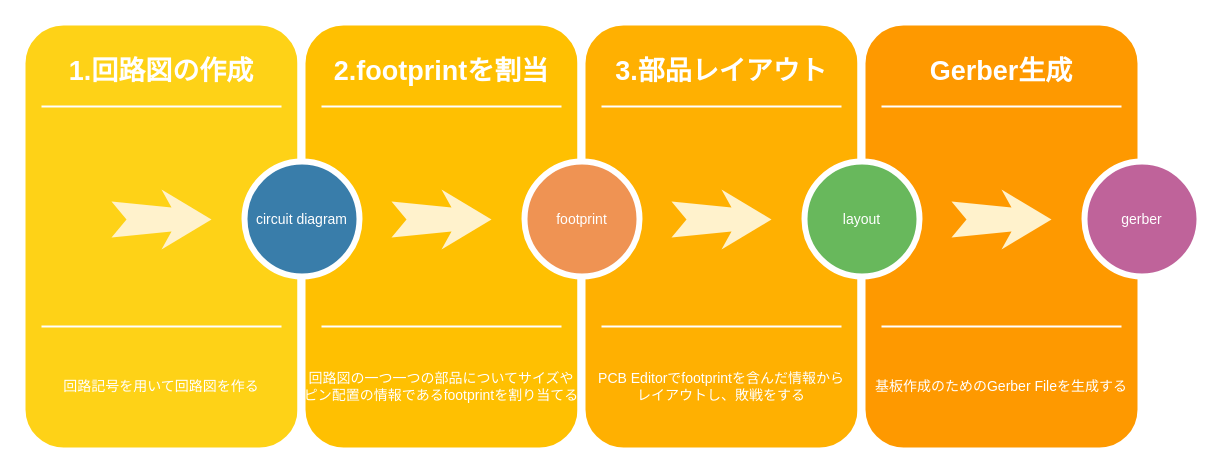
This is images/KiCAD7.drawio from etalli/HOWTO, a draw.io file, before an edit. Source tidied: cells renumbered, new cells numbered last; positions are measured from the earlier drawing's top-left corner, leaving out a move shared by most shapes. Both pictures are drawn from the tidied source at 100%, with x=0, y=0 at pixel (21, 21).
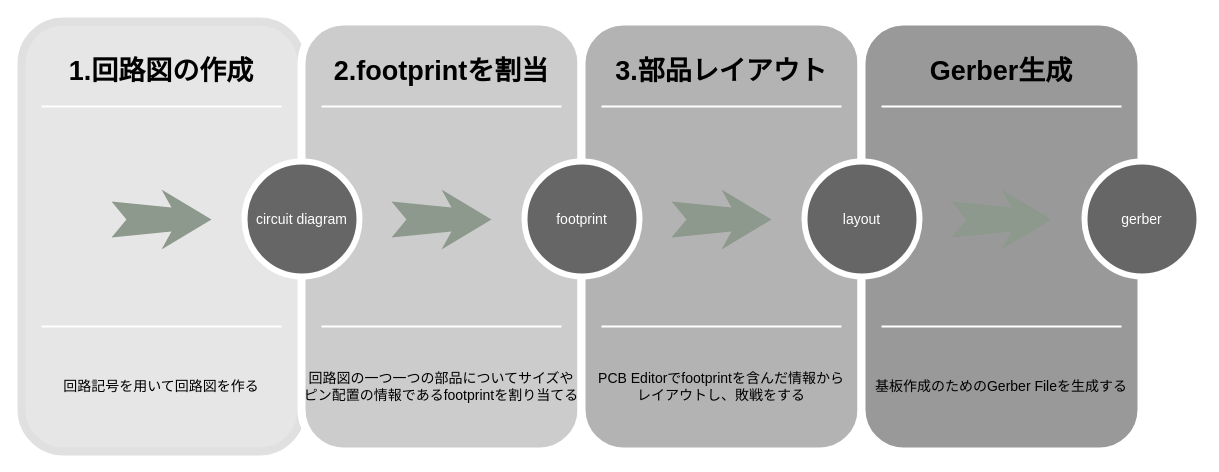
After the change.

What changed in the source:
```diff
@@
-    <mxCell id="2" style="whiteSpace=wrap;html=1;rounded=1;shadow=0;strokeWidth=8;fontSize=20;align=center;fillColor=#FED217;strokeColor=#FFFFFF;" parent="1" vertex="1">
+    <mxCell id="2" style="whiteSpace=wrap;html=1;rounded=1;shadow=0;strokeWidth=8;fontSize=20;align=center;fillColor=#E6E6E6;strokeColor=#E0E0E0;" parent="1" vertex="1">
       <mxGeometry width="280" height="430" as="geometry" />
     </mxCell>
-    <mxCell id="3" value="1.回路図の作成" style="text;html=1;strokeColor=none;fillColor=none;align=center;verticalAlign=middle;whiteSpace=wrap;rounded=0;shadow=0;fontSize=27;fontColor=#FFFFFF;fontStyle=1;" parent="1" vertex="1">
+    <mxCell id="3" value="&lt;font color=&quot;#000000&quot;&gt;1.回路図の作成&lt;/font&gt;" style="text;html=1;strokeColor=none;fillColor=none;align=center;verticalAlign=middle;whiteSpace=wrap;rounded=0;shadow=0;fontSize=27;fontColor=#FFFFFF;fontStyle=1;" parent="1" vertex="1">
       <mxGeometry y="20" width="280" height="60" as="geometry" />
     </mxCell>
-    <mxCell id="4" value="回路記号を用いて回路図を作る" style="text;html=1;strokeColor=none;fillColor=none;align=center;verticalAlign=middle;whiteSpace=wrap;rounded=0;shadow=0;fontSize=14;fontColor=#FFFFFF;" parent="1" vertex="1">
+    <mxCell id="4" value="回路記号を用いて回路図を作る" style="text;html=1;strokeColor=none;fillColor=none;align=center;verticalAlign=middle;whiteSpace=wrap;rounded=0;shadow=0;fontSize=14;fontColor=#000000;" parent="1" vertex="1">
       <mxGeometry y="320" width="280" height="90" as="geometry" />
     </mxCell>
@@
-    <mxCell id="7" style="html=1;shadow=0;dashed=0;align=center;verticalAlign=middle;shape=mxgraph.arrows2.stylisedArrow;dy=0.6;dx=40;notch=15;feather=0.4;rounded=0;strokeWidth=1;fontSize=27;strokeColor=none;fillColor=#fff2cc;" parent="1" vertex="1">
+    <mxCell id="7" style="html=1;shadow=0;dashed=0;align=center;verticalAlign=middle;shape=mxgraph.arrows2.stylisedArrow;dy=0.6;dx=40;notch=15;feather=0.4;rounded=0;strokeWidth=1;fontSize=27;strokeColor=none;fillColor=#8C998C;fontColor=#E6E6E6;" parent="1" vertex="1">
       <mxGeometry x="90" y="168" width="100" height="60" as="geometry" />
     </mxCell>
-    <mxCell id="8" style="whiteSpace=wrap;html=1;rounded=1;shadow=0;strokeWidth=8;fontSize=20;align=center;fillColor=#FFC001;strokeColor=#FFFFFF;" parent="1" vertex="1">
+    <mxCell id="8" style="whiteSpace=wrap;html=1;rounded=1;shadow=0;strokeWidth=8;fontSize=20;align=center;fillColor=#CCCCCC;strokeColor=#FFFFFF;" parent="1" vertex="1">
       <mxGeometry x="280" width="280" height="430" as="geometry" />
     </mxCell>
-    <mxCell id="9" value="2.footprintを割当" style="text;html=1;strokeColor=none;fillColor=none;align=center;verticalAlign=middle;whiteSpace=wrap;rounded=0;shadow=0;fontSize=27;fontColor=#FFFFFF;fontStyle=1;" parent="1" vertex="1">
+    <mxCell id="9" value="2.footprintを割当" style="text;html=1;strokeColor=none;fillColor=none;align=center;verticalAlign=middle;whiteSpace=wrap;rounded=0;shadow=0;fontSize=27;fontColor=#000000;fontStyle=1;" parent="1" vertex="1">
       <mxGeometry x="280" y="20" width="280" height="60" as="geometry" />
     </mxCell>
-    <mxCell id="10" value="回路図の一つ一つの部品についてサイズやピン配置の情報であるfootprintを割り当てる" style="text;html=1;strokeColor=none;fillColor=none;align=center;verticalAlign=middle;whiteSpace=wrap;rounded=0;shadow=0;fontSize=14;fontColor=#FFFFFF;" parent="1" vertex="1">
+    <mxCell id="10" value="回路図の一つ一つの部品についてサイズやピン配置の情報であるfootprintを割り当てる" style="text;html=1;strokeColor=none;fillColor=none;align=center;verticalAlign=middle;whiteSpace=wrap;rounded=0;shadow=0;fontSize=14;fontColor=#000000;" parent="1" vertex="1">
       <mxGeometry x="280" y="320" width="280" height="90" as="geometry" />
     </mxCell>
@@
-    <mxCell id="13" value="circuit diagram" style="ellipse;whiteSpace=wrap;html=1;rounded=0;shadow=0;strokeWidth=6;fontSize=14;align=center;fillColor=#397DAA;strokeColor=#FFFFFF;fontColor=#FFFFFF;" parent="1" vertex="1">
+    <mxCell id="13" value="circuit diagram" style="ellipse;whiteSpace=wrap;html=1;rounded=0;shadow=0;strokeWidth=6;fontSize=14;align=center;fillColor=#666666;strokeColor=#FFFFFF;fontColor=#FFFFFF;" parent="1" vertex="1">
       <mxGeometry x="223" y="140" width="115" height="115" as="geometry" />
     </mxCell>
-    <mxCell id="14" style="html=1;shadow=0;dashed=0;align=center;verticalAlign=middle;shape=mxgraph.arrows2.stylisedArrow;dy=0.6;dx=40;notch=15;feather=0.4;rounded=0;strokeWidth=1;fontSize=27;strokeColor=none;fillColor=#fff2cc;" parent="1" vertex="1">
+    <mxCell id="14" style="html=1;shadow=0;dashed=0;align=center;verticalAlign=middle;shape=mxgraph.arrows2.stylisedArrow;dy=0.6;dx=40;notch=15;feather=0.4;rounded=0;strokeWidth=1;fontSize=27;strokeColor=none;fillColor=#8C998C;fontColor=#E6E6E6;" parent="1" vertex="1">
       <mxGeometry x="370" y="168" width="100" height="60" as="geometry" />
     </mxCell>
-    <mxCell id="15" style="whiteSpace=wrap;html=1;rounded=1;shadow=0;strokeWidth=8;fontSize=20;align=center;fillColor=#FFB001;strokeColor=#FFFFFF;" parent="1" vertex="1">
+    <mxCell id="15" style="whiteSpace=wrap;html=1;rounded=1;shadow=0;strokeWidth=8;fontSize=20;align=center;fillColor=#B3B3B3;strokeColor=#FFFFFF;" parent="1" vertex="1">
       <mxGeometry x="560" width="280" height="430" as="geometry" />
     </mxCell>
-    <mxCell id="16" value="3.部品レイアウト" style="text;html=1;strokeColor=none;fillColor=none;align=center;verticalAlign=middle;whiteSpace=wrap;rounded=0;shadow=0;fontSize=27;fontColor=#FFFFFF;fontStyle=1;" parent="1" vertex="1">
+    <mxCell id="16" value="3.部品レイアウト" style="text;html=1;strokeColor=none;fillColor=none;align=center;verticalAlign=middle;whiteSpace=wrap;rounded=0;shadow=0;fontSize=27;fontColor=#000000;fontStyle=1;" parent="1" vertex="1">
       <mxGeometry x="560" y="20" width="280" height="60" as="geometry" />
     </mxCell>
-    <mxCell id="17" value="PCB Editorでfootprintを含んだ情報から&lt;br&gt;レイアウトし、敗戦をする" style="text;html=1;strokeColor=none;fillColor=none;align=center;verticalAlign=middle;whiteSpace=wrap;rounded=0;shadow=0;fontSize=14;fontColor=#FFFFFF;" parent="1" vertex="1">
+    <mxCell id="17" value="PCB Editorでfootprintを含んだ情報から&lt;br&gt;レイアウトし、敗戦をする" style="text;html=1;strokeColor=none;fillColor=none;align=center;verticalAlign=middle;whiteSpace=wrap;rounded=0;shadow=0;fontSize=14;fontColor=#000000;" parent="1" vertex="1">
       <mxGeometry x="560" y="320" width="280" height="90" as="geometry" />
     </mxCell>
@@
-    <mxCell id="20" value="footprint" style="ellipse;whiteSpace=wrap;html=1;rounded=0;shadow=0;strokeWidth=6;fontSize=14;align=center;fillColor=#EF9353;strokeColor=#FFFFFF;fontColor=#FFFFFF;" parent="1" vertex="1">
+    <mxCell id="20" value="footprint" style="ellipse;whiteSpace=wrap;html=1;rounded=0;shadow=0;strokeWidth=6;fontSize=14;align=center;fillColor=#666666;strokeColor=#FFFFFF;fontColor=#FFFFFF;" parent="1" vertex="1">
       <mxGeometry x="503" y="140" width="115" height="115" as="geometry" />
     </mxCell>
-    <mxCell id="21" style="html=1;shadow=0;dashed=0;align=center;verticalAlign=middle;shape=mxgraph.arrows2.stylisedArrow;dy=0.6;dx=40;notch=15;feather=0.4;rounded=0;strokeWidth=1;fontSize=27;strokeColor=none;fillColor=#fff2cc;" parent="1" vertex="1">
+    <mxCell id="21" style="html=1;shadow=0;dashed=0;align=center;verticalAlign=middle;shape=mxgraph.arrows2.stylisedArrow;dy=0.6;dx=40;notch=15;feather=0.4;rounded=0;strokeWidth=1;fontSize=27;strokeColor=none;fillColor=#8C998C;fontColor=#E6E6E6;" parent="1" vertex="1">
       <mxGeometry x="650" y="168" width="100" height="60" as="geometry" />
     </mxCell>
-    <mxCell id="22" style="whiteSpace=wrap;html=1;rounded=1;shadow=0;strokeWidth=8;fontSize=20;align=center;fillColor=#FE9900;strokeColor=#FFFFFF;" parent="1" vertex="1">
+    <mxCell id="22" style="whiteSpace=wrap;html=1;rounded=1;shadow=0;strokeWidth=8;fontSize=20;align=center;fillColor=#999999;strokeColor=#FFFFFF;" parent="1" vertex="1">
       <mxGeometry x="840" width="280" height="430" as="geometry" />
     </mxCell>
-    <mxCell id="23" value="Gerber生成" style="text;html=1;strokeColor=none;fillColor=none;align=center;verticalAlign=middle;whiteSpace=wrap;rounded=0;shadow=0;fontSize=27;fontColor=#FFFFFF;fontStyle=1;" parent="1" vertex="1">
+    <mxCell id="23" value="Gerber生成" style="text;html=1;strokeColor=none;fillColor=none;align=center;verticalAlign=middle;whiteSpace=wrap;rounded=0;shadow=0;fontSize=27;fontColor=#000000;fontStyle=1;" parent="1" vertex="1">
       <mxGeometry x="840" y="20" width="280" height="60" as="geometry" />
     </mxCell>
-    <mxCell id="24" value="基板作成のためのGerber Fileを生成する" style="text;html=1;strokeColor=none;fillColor=none;align=center;verticalAlign=middle;whiteSpace=wrap;rounded=0;shadow=0;fontSize=14;fontColor=#FFFFFF;" parent="1" vertex="1">
+    <mxCell id="24" value="基板作成のためのGerber Fileを生成する" style="text;html=1;strokeColor=none;fillColor=none;align=center;verticalAlign=middle;whiteSpace=wrap;rounded=0;shadow=0;fontSize=14;fontColor=#000000;" parent="1" vertex="1">
       <mxGeometry x="840" y="320" width="280" height="90" as="geometry" />
     </mxCell>
@@
-    <mxCell id="27" value="layout" style="ellipse;whiteSpace=wrap;html=1;rounded=0;shadow=0;strokeWidth=6;fontSize=14;align=center;fillColor=#68B85C;strokeColor=#FFFFFF;fontColor=#FFFFFF;" parent="1" vertex="1">
+    <mxCell id="27" value="layout" style="ellipse;whiteSpace=wrap;html=1;rounded=0;shadow=0;strokeWidth=6;fontSize=14;align=center;fillColor=#666666;strokeColor=#FFFFFF;fontColor=#FFFFFF;" parent="1" vertex="1">
       <mxGeometry x="783" y="140" width="115" height="115" as="geometry" />
     </mxCell>
-    <mxCell id="28" style="html=1;shadow=0;dashed=0;align=center;verticalAlign=middle;shape=mxgraph.arrows2.stylisedArrow;dy=0.6;dx=40;notch=15;feather=0.4;rounded=0;strokeWidth=1;fontSize=27;strokeColor=none;fillColor=#fff2cc;" parent="1" vertex="1">
+    <mxCell id="28" style="html=1;shadow=0;dashed=0;align=center;verticalAlign=middle;shape=mxgraph.arrows2.stylisedArrow;dy=0.6;dx=40;notch=15;feather=0.4;rounded=0;strokeWidth=1;fontSize=27;strokeColor=none;fillColor=#8C998C;fontColor=#E6E6E6;" parent="1" vertex="1">
       <mxGeometry x="930" y="168" width="100" height="60" as="geometry" />
     </mxCell>
-    <mxCell id="29" value="gerber" style="ellipse;whiteSpace=wrap;html=1;rounded=0;shadow=0;strokeWidth=6;fontSize=14;align=center;fillColor=#BF639A;strokeColor=#FFFFFF;fontColor=#FFFFFF;" parent="1" vertex="1">
+    <mxCell id="29" value="gerber" style="ellipse;whiteSpace=wrap;html=1;rounded=0;shadow=0;strokeWidth=6;fontSize=14;align=center;fillColor=#666666;strokeColor=#FFFFFF;fontColor=#FFFFFF;" parent="1" vertex="1">
       <mxGeometry x="1063" y="140" width="115" height="115" as="geometry" />
     </mxCell>
```
